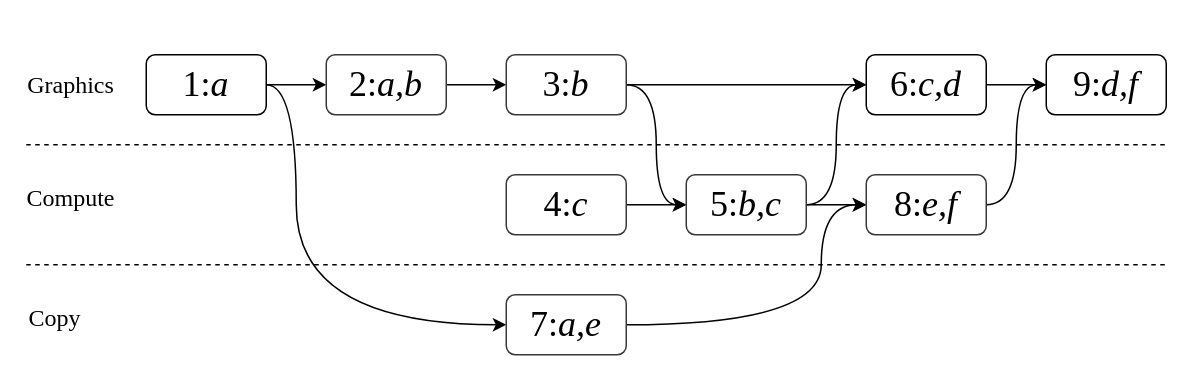
This is fg-multiqueues.drawio from atyuwen/digram-cache, a draw.io file, before an edit. Source tidied: cells renumbered, new cells numbered last; positions are measured from the earlier drawing's top-left corner, leaving out a move shared by most shapes. Both pictures are drawn from the tidied source at 150%, with x=0, y=0 at pixel (26, 54).
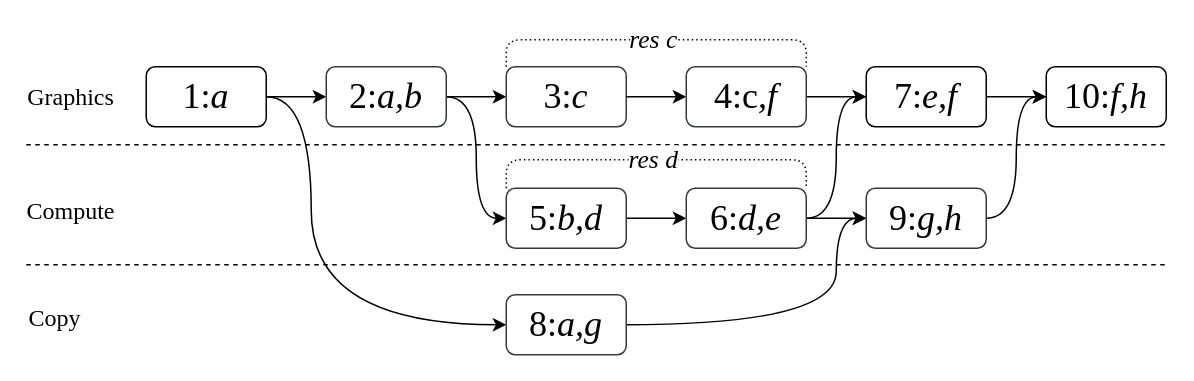
The same page after the edit.

The edit, as a diff of the source:
```diff
@@
     <mxCell id="3" style="edgeStyle=orthogonalEdgeStyle;rounded=0;jettySize=auto;html=1;exitX=1;exitY=0.5;exitDx=0;exitDy=0;entryX=0;entryY=0.5;entryDx=0;entryDy=0;curved=1;" parent="1" edge="1" source="4" target="21">
       <mxGeometry relative="1" as="geometry">
         <Array as="points">
-          <mxPoint x="180" y="20" />
-          <mxPoint x="180" y="180" />
+          <mxPoint x="190" y="28" />
+          <mxPoint x="190" y="180" />
         </Array>
       </mxGeometry>
     </mxCell>
     <mxCell id="4" value="1:&lt;i&gt;a&lt;/i&gt;" style="rounded=1;whiteSpace=wrap;html=1;fontFamily=Times New Roman;fontSize=24;" parent="1" vertex="1">
-      <mxGeometry x="80" width="80" height="40" as="geometry" />
+      <mxGeometry x="80" y="8" width="80" height="40" as="geometry" />
     </mxCell>
@@
+    <mxCell id="27" style="edgeStyle=orthogonalEdgeStyle;rounded=0;jettySize=auto;html=1;exitX=1;exitY=0.5;exitDx=0;exitDy=0;entryX=0;entryY=0.5;entryDx=0;entryDy=0;curved=1;" parent="1" edge="1" source="6" target="13">
+      <mxGeometry relative="1" as="geometry" />
+    </mxCell>
     <mxCell id="6" value="2:&lt;i&gt;a,b&lt;/i&gt;" style="rounded=1;whiteSpace=wrap;html=1;fontFamily=Times New Roman;fontSize=24;labelBackgroundColor=none;fillColor=none;strokeColor=#36393d;" parent="1" vertex="1">
-      <mxGeometry x="200" width="80" height="40" as="geometry" />
+      <mxGeometry x="200" y="8" width="80" height="40" as="geometry" />
     </mxCell>
-    <mxCell id="7" style="edgeStyle=orthogonalEdgeStyle;rounded=0;jettySize=auto;html=1;" parent="1" edge="1" source="9" target="11">
+    <mxCell id="7" style="edgeStyle=orthogonalEdgeStyle;rounded=0;jettySize=auto;html=1;" parent="1" edge="1" source="29" target="11">
       <mxGeometry relative="1" as="geometry" />
     </mxCell>
-    <mxCell id="8" style="edgeStyle=orthogonalEdgeStyle;rounded=0;jettySize=auto;html=1;exitX=1;exitY=0.5;exitDx=0;exitDy=0;entryX=0;entryY=0.5;entryDx=0;entryDy=0;curved=1;" parent="1" edge="1" source="9" target="16">
-      <mxGeometry relative="1" as="geometry" />
-    </mxCell>
-    <mxCell id="9" value="3:&lt;i&gt;b&lt;/i&gt;" style="rounded=1;whiteSpace=wrap;html=1;fontFamily=Times New Roman;fontSize=24;fillColor=none;strokeColor=#36393d;" parent="1" vertex="1">
-      <mxGeometry x="320" width="80" height="40" as="geometry" />
+    <mxCell id="9" value="3:&lt;i&gt;c&lt;/i&gt;" style="rounded=1;whiteSpace=wrap;html=1;fontFamily=Times New Roman;fontSize=24;fillColor=none;strokeColor=#36393d;" parent="1" vertex="1">
+      <mxGeometry x="320" y="8" width="80" height="40" as="geometry" />
     </mxCell>
@@
-    <mxCell id="11" value="6:&lt;i&gt;c,d&lt;/i&gt;" style="rounded=1;whiteSpace=wrap;html=1;fontFamily=Times New Roman;fontSize=24;" parent="1" vertex="1">
-      <mxGeometry x="560" width="80" height="40" as="geometry" />
+    <mxCell id="11" value="7:&lt;i style=&quot;border-color: var(--border-color);&quot;&gt;e,&lt;/i&gt;&lt;i&gt;f&lt;/i&gt;" style="rounded=1;whiteSpace=wrap;html=1;fontFamily=Times New Roman;fontSize=24;" parent="1" vertex="1">
+      <mxGeometry x="560" y="8" width="80" height="40" as="geometry" />
     </mxCell>
@@
-    <mxCell id="13" value="4:&lt;i&gt;c&lt;/i&gt;" style="rounded=1;whiteSpace=wrap;html=1;fontFamily=Times New Roman;fontSize=24;fillColor=none;strokeColor=#36393d;" parent="1" vertex="1">
-      <mxGeometry x="320" y="80" width="80" height="40" as="geometry" />
+    <mxCell id="13" value="5:&lt;i&gt;b,d&lt;/i&gt;" style="rounded=1;whiteSpace=wrap;html=1;fontFamily=Times New Roman;fontSize=24;fillColor=none;strokeColor=#36393d;" parent="1" vertex="1">
+      <mxGeometry x="320" y="89" width="80" height="40" as="geometry" />
     </mxCell>
@@
-    <mxCell id="16" value="5:&lt;i&gt;b,c&lt;/i&gt;" style="rounded=1;whiteSpace=wrap;html=1;fontFamily=Times New Roman;fontSize=24;fillColor=none;strokeColor=#36393d;" parent="1" vertex="1">
-      <mxGeometry x="440" y="80" width="80" height="40" as="geometry" />
+    <mxCell id="16" value="6:&lt;i style=&quot;border-color: var(--border-color);&quot;&gt;d,&lt;/i&gt;&lt;i&gt;e&lt;/i&gt;" style="rounded=1;whiteSpace=wrap;html=1;fontFamily=Times New Roman;fontSize=24;fillColor=none;strokeColor=#36393d;" parent="1" vertex="1">
+      <mxGeometry x="440" y="89" width="80" height="40" as="geometry" />
     </mxCell>
@@
     <mxCell id="18" value="Graphics" style="text;html=1;strokeColor=none;fillColor=none;align=center;verticalAlign=middle;whiteSpace=wrap;rounded=0;fontFamily=Times New Roman;fontSize=16;" parent="1" vertex="1">
-      <mxGeometry y="5" width="60" height="30" as="geometry" />
+      <mxGeometry y="13" width="60" height="30" as="geometry" />
     </mxCell>
     <mxCell id="19" value="Compute" style="text;html=1;strokeColor=none;fillColor=none;align=center;verticalAlign=middle;whiteSpace=wrap;rounded=0;fontFamily=Times New Roman;fontSize=16;" parent="1" vertex="1">
-      <mxGeometry y="80" width="60" height="30" as="geometry" />
+      <mxGeometry y="89" width="60" height="30" as="geometry" />
     </mxCell>
-    <mxCell id="20" style="edgeStyle=orthogonalEdgeStyle;rounded=0;jettySize=auto;html=1;entryX=0;entryY=0.5;entryDx=0;entryDy=0;curved=1;" parent="1" edge="1" source="21" target="26">
+    <mxCell id="20" style="edgeStyle=orthogonalEdgeStyle;rounded=0;jettySize=auto;html=1;exitX=1;exitY=0.5;exitDx=0;exitDy=0;entryX=0;entryY=0.5;entryDx=0;entryDy=0;curved=1;" parent="1" edge="1" source="21" target="26">
       <mxGeometry relative="1" as="geometry">
         <Array as="points">
-          <mxPoint x="530" y="180" />
-          <mxPoint x="530" y="100" />
+          <mxPoint x="540" y="180" />
+          <mxPoint x="540" y="109" />
         </Array>
       </mxGeometry>
     </mxCell>
-    <mxCell id="21" value="7:&lt;i&gt;a,e&lt;/i&gt;" style="rounded=1;whiteSpace=wrap;html=1;fontFamily=Times New Roman;fontSize=24;fillColor=none;strokeColor=#36393d;" parent="1" vertex="1">
+    <mxCell id="21" value="8:&lt;i&gt;a,g&lt;/i&gt;" style="rounded=1;whiteSpace=wrap;html=1;fontFamily=Times New Roman;fontSize=24;fillColor=none;strokeColor=#36393d;" parent="1" vertex="1">
       <mxGeometry x="320" y="160" width="80" height="40" as="geometry" />
     </mxCell>
@@
-    <mxCell id="24" value="9:&lt;i&gt;d,f&lt;/i&gt;" style="rounded=1;whiteSpace=wrap;html=1;fontFamily=Times New Roman;fontSize=24;" parent="1" vertex="1">
-      <mxGeometry x="680" width="80" height="40" as="geometry" />
+    <mxCell id="24" value="10:&lt;i&gt;f,h&lt;/i&gt;" style="rounded=1;whiteSpace=wrap;html=1;fontFamily=Times New Roman;fontSize=24;" parent="1" vertex="1">
+      <mxGeometry x="680" y="8" width="80" height="40" as="geometry" />
     </mxCell>
@@
-    <mxCell id="26" value="8:&lt;i&gt;e,f&lt;/i&gt;" style="rounded=1;whiteSpace=wrap;html=1;fontFamily=Times New Roman;fontSize=24;fillColor=none;strokeColor=#36393d;" parent="1" vertex="1">
-      <mxGeometry x="560" y="80" width="80" height="40" as="geometry" />
+    <mxCell id="26" value="9:&lt;i&gt;g,h&lt;/i&gt;" style="rounded=1;whiteSpace=wrap;html=1;fontFamily=Times New Roman;fontSize=24;fillColor=none;strokeColor=#36393d;" parent="1" vertex="1">
+      <mxGeometry x="560" y="89" width="80" height="40" as="geometry" />
     </mxCell>
+    <mxCell id="28" style="edgeStyle=orthogonalEdgeStyle;rounded=0;jettySize=auto;html=1;" parent="1" edge="1" source="9" target="29">
+      <mxGeometry relative="1" as="geometry" />
+    </mxCell>
+    <mxCell id="29" value="4:c&lt;i style=&quot;border-color: var(--border-color);&quot;&gt;,f&lt;/i&gt;" style="rounded=1;whiteSpace=wrap;html=1;fontFamily=Times New Roman;fontSize=24;fillColor=none;strokeColor=#36393d;" parent="1" vertex="1">
+      <mxGeometry x="440" y="8" width="80" height="40" as="geometry" />
+    </mxCell>
+    <mxCell id="30" style="endArrow=none;html=1;rounded=1;exitX=0;exitY=0;exitDx=0;exitDy=0;entryX=1;entryY=0;entryDx=0;entryDy=0;curved=0;endFill=0;dashed=1;dashPattern=1 2;" parent="1" edge="1">
+      <mxGeometry relative="1" as="geometry">
+        <mxPoint x="320" y="8" as="sourcePoint" />
+        <mxPoint x="520" y="8" as="targetPoint" />
+        <Array as="points">
+          <mxPoint x="320" y="-10" />
+          <mxPoint x="520" y="-10" />
+        </Array>
+      </mxGeometry>
+    </mxCell>
+    <mxCell id="31" value="res c" style="edgeLabel;html=1;align=center;verticalAlign=middle;fontStyle=2;fontSize=17;fontFamily=Times New Roman;" parent="30" vertex="1">
+      <mxGeometry relative="1" as="geometry">
+        <mxPoint x="-3" as="offset" />
+      </mxGeometry>
+    </mxCell>
+    <mxCell id="32" style="endArrow=none;html=1;rounded=1;exitX=0;exitY=0;exitDx=0;exitDy=0;entryX=1;entryY=0;entryDx=0;entryDy=0;curved=0;endFill=0;dashed=1;dashPattern=1 2;" parent="1" edge="1">
+      <mxGeometry relative="1" as="geometry">
+        <mxPoint x="320" y="89" as="sourcePoint" />
+        <mxPoint x="520" y="89" as="targetPoint" />
+        <Array as="points">
+          <mxPoint x="320" y="70" />
+          <mxPoint x="520" y="70" />
+        </Array>
+      </mxGeometry>
+    </mxCell>
+    <mxCell id="33" value="res d" style="edgeLabel;html=1;align=center;verticalAlign=middle;fontStyle=2;fontSize=17;fontFamily=Times New Roman;" parent="32" vertex="1">
+      <mxGeometry relative="1" as="geometry">
+        <mxPoint x="-3" as="offset" />
+      </mxGeometry>
+    </mxCell>
```
